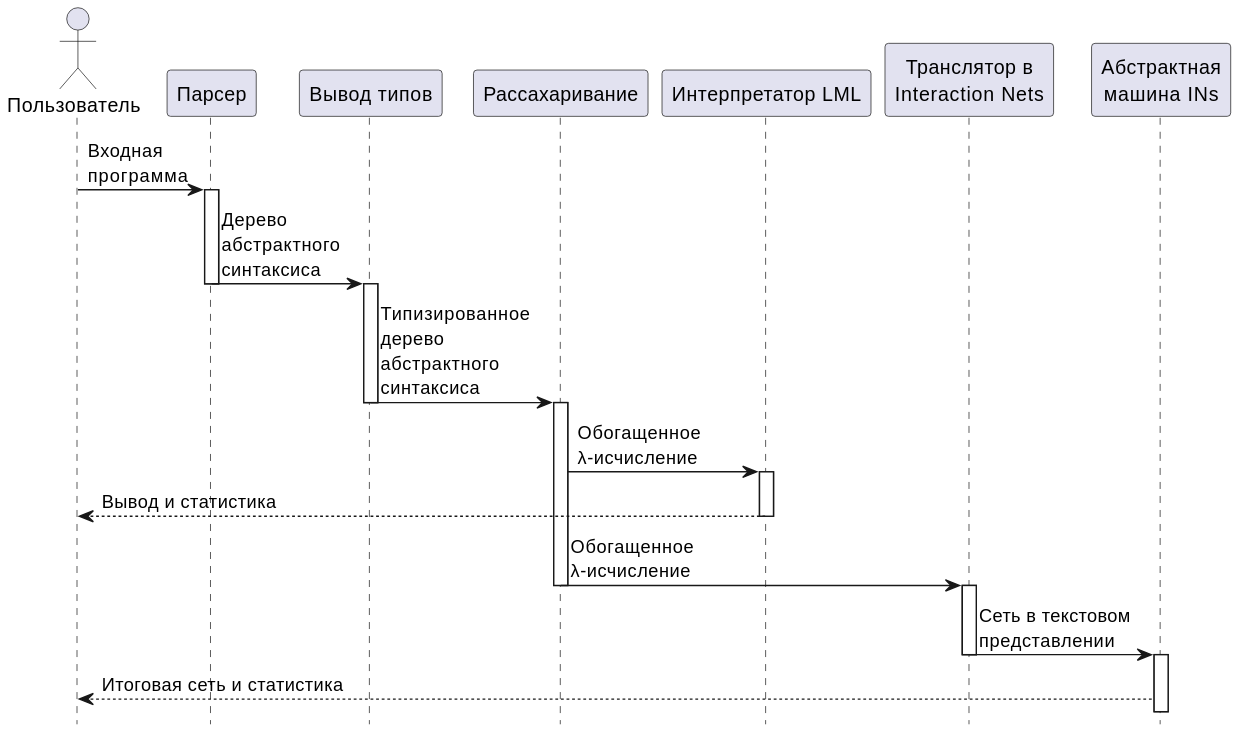
This is reports/bachelor-thesis/figures/using.svg from WoWaster/documents, a PlantUML export, as it was before one commit. The source it was exported from:
```plantuml
@startuml
hide footbox

actor Пользователь as user
participant Парсер as parser
participant "Вывод типов" as typechecker
participant Рассахаривание as desugaring
participant "Интерпретатор LML" as eval

participant "Транслятор в\nInteraction Nets" as toINs
participant "Абстрактная\nмашина INs" as abstract_machine

user -> parser ++ : Входная\nпрограмма
parser -> typechecker --++ : Дерево\nабстрактного\nсинтаксиса
typechecker -> desugaring --++ : Типизированное\nдерево\nабстрактного\nсинтаксиса
desugaring -> eval ++ : Обогащенное\nλ-исчисление
eval --> user --: Вывод и статистика

desugaring -> toINs --++ : Обогащенное\nλ-исчисление
toINs -> abstract_machine --++ : Сеть в текстовом\nпредставлении
abstract_machine --> user : Итоговая сеть и статистика
@enduml
```
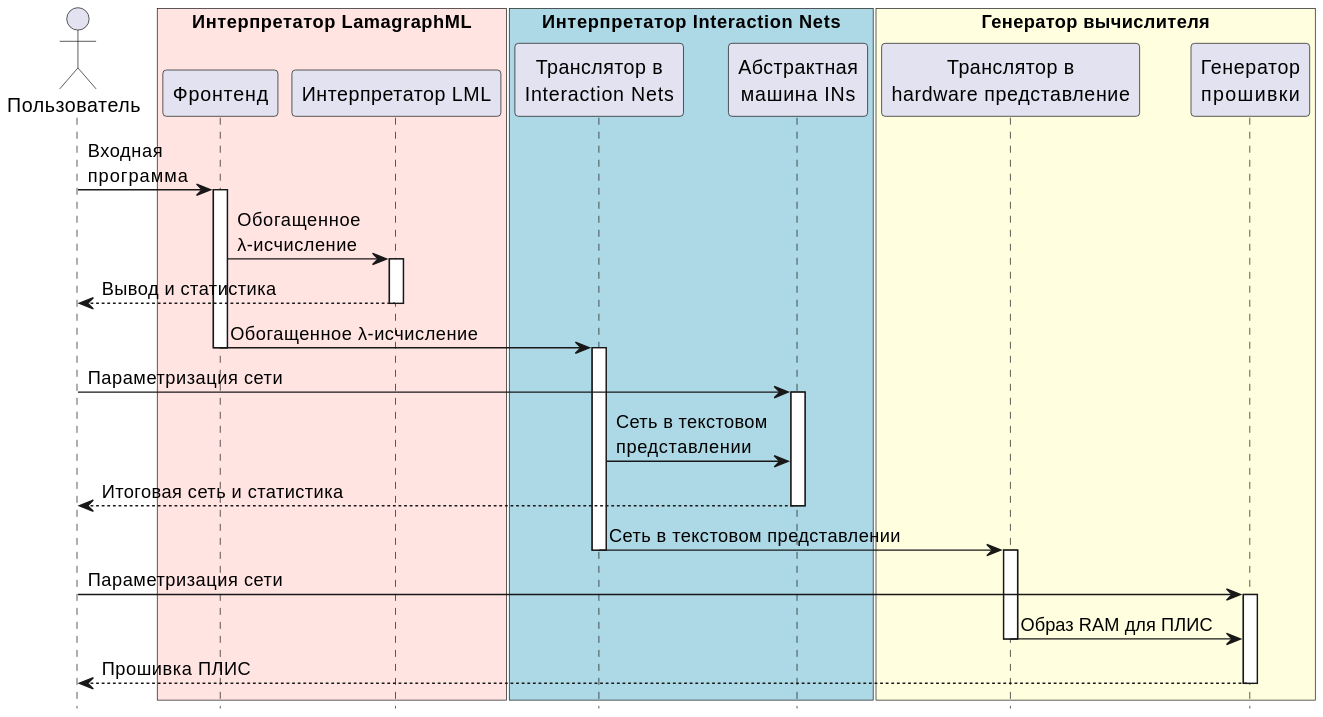
After the change.

Diff of the diagram source:
```diff
@@ -2,21 +2,33 @@
 hide footbox
 
 actor Пользователь as user
-participant Парсер as parser
-participant "Вывод типов" as typechecker
-participant Рассахаривание as desugaring
+
+box "Интерпретатор LamagraphML" #MistyRose
+participant Фронтенд as frontend
 participant "Интерпретатор LML" as eval
+end box
 
+box "Интерпретатор Interaction Nets" #LightBlue
 participant "Транслятор в\nInteraction Nets" as toINs
 participant "Абстрактная\nмашина INs" as abstract_machine
+end box
 
-user -> parser ++ : Входная\nпрограмма
-parser -> typechecker --++ : Дерево\nабстрактного\nсинтаксиса
-typechecker -> desugaring --++ : Типизированное\nдерево\nабстрактного\nсинтаксиса
-desugaring -> eval ++ : Обогащенное\nλ-исчисление
+box "Генератор вычислителя" #LightYellow
+participant "Транслятор в\nhardware представление" as toHW
+participant "Генератор\nпрошивки" as genFW
+end box
+
+user -> frontend ++: Входная\nпрограмма
+frontend -> eval ++ : Обогащенное\nλ-исчисление
 eval --> user --: Вывод и статистика
 
-desugaring -> toINs --++ : Обогащенное\nλ-исчисление
-toINs -> abstract_machine --++ : Сеть в текстовом\nпредставлении
-abstract_machine --> user : Итоговая сеть и статистика
+frontend -> toINs --++ : Обогащенное λ-исчисление
+user -> abstract_machine ++ : Параметризация сети
+toINs -> abstract_machine : Сеть в текстовом\nпредставлении
+abstract_machine --> user -- : Итоговая сеть и статистика
+
+toINs -> toHW --++ : Сеть в текстовом представлении
+user -> genFW ++ : Параметризация сети
+toHW -> genFW -- : Образ RAM для ПЛИС
+genFW --> user --: Прошивка ПЛИС
 @enduml
```
